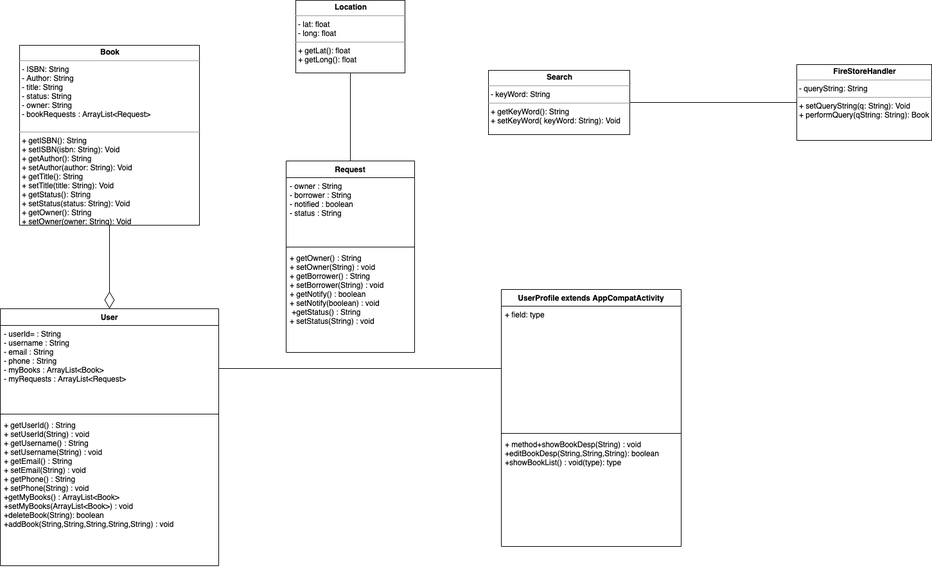
This is ObjectOrientedAnalysis/ObjectOrientedAnalysis.png from CMPUT301F20T03/OneInfiniteLoop, a draw.io export, as it was before one commit. Source tidied: cells renumbered, new cells last; positions are measured from the earlier drawing's top-left corner, leaving out a move shared by most shapes.
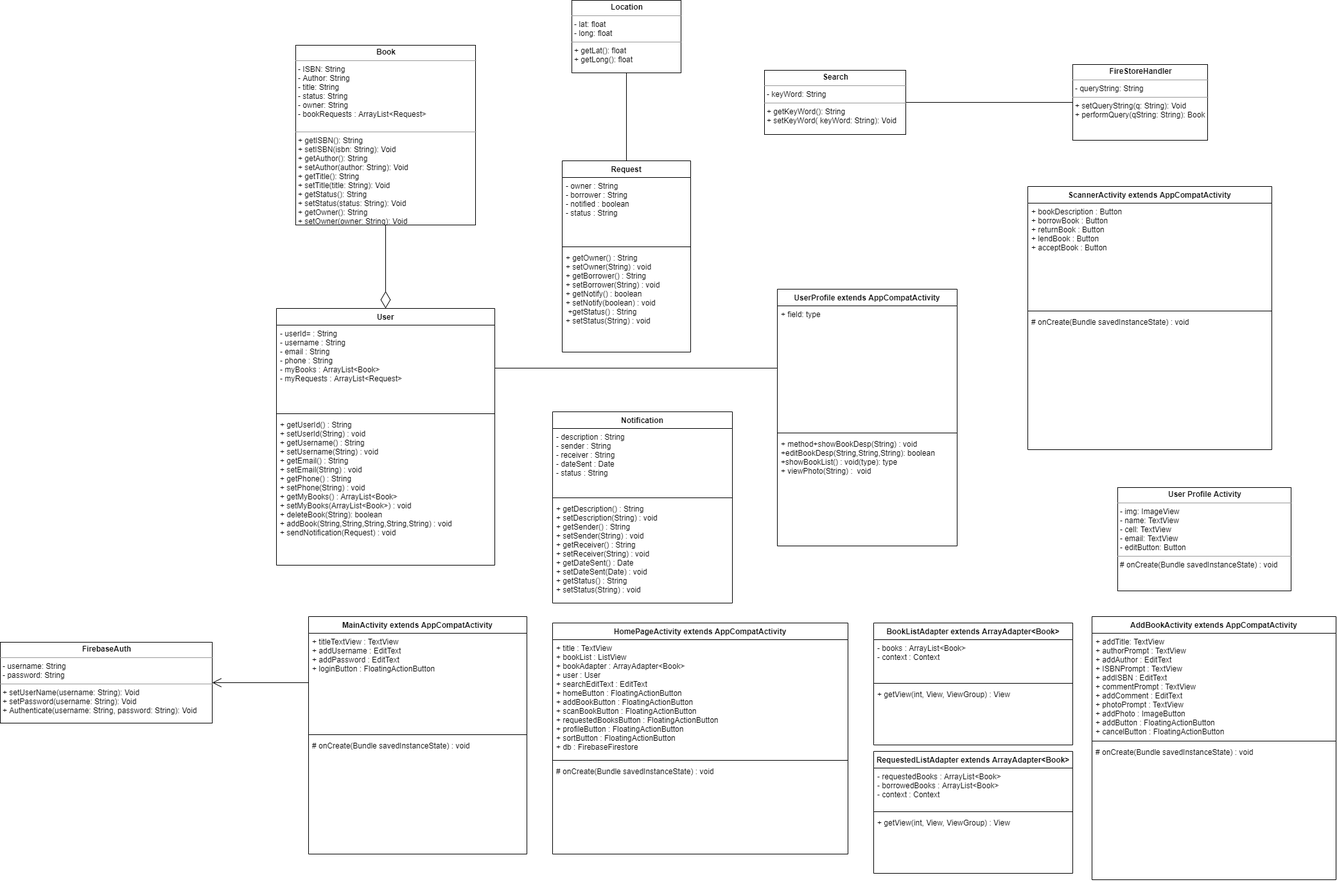
The same file after the commit.

Commit message:
Added most of the skeleton activities and some of their corresponding classes

What changed in the source:
```diff
@@ -23,7 +23,7 @@
     <mxCell id="8" style="line;strokeWidth=1;fillColor=none;align=left;verticalAlign=middle;spacingTop=-1;spacingLeft=3;spacingRight=3;labelPosition=right;" parent="6" vertex="1">
       <mxGeometry y="160" width="340" height="8" as="geometry" />
     </mxCell>
-    <mxCell id="9" value="+ getUserId() : String&#10;+ setUserId(String) : void&#10;+ getUsername() : String&#10;+ setUsername(String) : void&#10;+ getEmail() : String&#10;+ setEmail(String) : void&#10;+ getPhone() : String&#10;+ setPhone(String) : void&#10;+getMyBooks() : ArrayList&lt;Book&gt;&#10;+setMyBooks(ArrayList&lt;Book&gt;) : void&#10;+deleteBook(String): boolean&#10;+addBook(String,String,String,String,String) : void&#10;" style="text;strokeColor=none;fillColor=none;align=left;verticalAlign=top;spacingLeft=4;spacingRight=4;overflow=hidden;" parent="6" vertex="1">
+    <mxCell id="9" value="+ getUserId() : String&#10;+ setUserId(String) : void&#10;+ getUsername() : String&#10;+ setUsername(String) : void&#10;+ getEmail() : String&#10;+ setEmail(String) : void&#10;+ getPhone() : String&#10;+ setPhone(String) : void&#10;+ getMyBooks() : ArrayList&lt;Book&gt;&#10;+ setMyBooks(ArrayList&lt;Book&gt;) : void&#10;+ deleteBook(String): boolean&#10;+ addBook(String,String,String,String,String) : void&#10;+ sendNotification(Request) : void" style="text;strokeColor=none;fillColor=none;align=left;verticalAlign=top;spacingLeft=4;spacingRight=4;overflow=hidden;" parent="6" vertex="1">
       <mxGeometry y="168" width="340" height="232" as="geometry" />
     </mxCell>
     <mxCell id="10" style="endArrow=diamondThin;endFill=0;endSize=24;html=1;exitX=0.5;exitY=1;exitDx=0;exitDy=0;entryX=0.5;entryY=0;entryDx=0;entryDy=0;" parent="1" edge="1" source="3" target="6">
@@ -41,7 +41,7 @@
     <mxCell id="14" style="line;strokeWidth=1;fillColor=none;align=left;verticalAlign=middle;spacingTop=-1;spacingLeft=3;spacingRight=3;labelPosition=right;" parent="12" vertex="1">
       <mxGeometry y="220" width="280" height="8" as="geometry" />
     </mxCell>
-    <mxCell id="15" value="+ method+showBookDesp(String) : void&#10;+editBookDesp(String,String,String): boolean&#10;+showBookList() : void(type): type" style="text;strokeColor=none;fillColor=none;align=left;verticalAlign=top;spacingLeft=4;spacingRight=4;overflow=hidden;" parent="12" vertex="1">
+    <mxCell id="15" value="+ method+showBookDesp(String) : void&#10;+editBookDesp(String,String,String): boolean&#10;+showBookList() : void(type): type&#10;+ viewPhoto(String) :  void &#10;" style="text;strokeColor=none;fillColor=none;align=left;verticalAlign=top;spacingLeft=4;spacingRight=4;overflow=hidden;" parent="12" vertex="1">
       <mxGeometry y="228" width="280" height="172" as="geometry" />
     </mxCell>
     <mxCell id="16" style="endArrow=none;html=1;edgeStyle=orthogonalEdgeStyle;exitX=1;exitY=0.5;exitDx=0;exitDy=0;entryX=0;entryY=0.5;entryDx=0;entryDy=0;" parent="1" edge="1" source="4" target="5">
@@ -59,8 +59,101 @@
     <mxCell id="20" style="line;strokeWidth=1;fillColor=none;align=left;verticalAlign=middle;spacingTop=-1;spacingLeft=3;spacingRight=3;labelPosition=right;" parent="18" vertex="1">
       <mxGeometry y="130" width="200" height="8" as="geometry" />
     </mxCell>
-    <mxCell id="21" value="+ getOwner() : String&#10;+ setOwner(String) : void&#10;+ getBorrower() : String&#10;+ setBorrower(String) : void&#10;+ getNotify() : boolean&#10;+ setNotify(boolean) : void&#10; +getStatus() : String&#10;+ setStatus(String) : void" style="text;strokeColor=none;fillColor=none;align=left;verticalAlign=top;spacingLeft=4;spacingRight=4;overflow=hidden;" parent="18" vertex="1">
+    <mxCell id="21" value="+ getOwner() : String&#10;+ setOwner(String) : void&#10;+ getBorrower() : String&#10;+ setBorrower(String) : void&#10;+ getNotify() : boolean&#10;+ setNotify(boolean) : void&#10; +getStatus() : String&#10;+ setStatus(String) : void&#10;" style="text;strokeColor=none;fillColor=none;align=left;verticalAlign=top;spacingLeft=4;spacingRight=4;overflow=hidden;" parent="18" vertex="1">
       <mxGeometry y="138" width="200" height="160" as="geometry" />
     </mxCell>
+    <mxCell id="22" value="Notification" style="swimlane;fontStyle=1;align=center;verticalAlign=top;horizontal=1;startSize=26;" parent="1" vertex="1">
+      <mxGeometry x="430" y="641" width="280" height="298" as="geometry" />
+    </mxCell>
+    <mxCell id="23" value="- description : String&#10;- sender : String&#10;- receiver : String&#10;- dateSent : Date&#10;- status : String" style="text;strokeColor=none;fillColor=none;align=left;verticalAlign=top;spacingLeft=4;spacingRight=4;overflow=hidden;" parent="22" vertex="1">
+      <mxGeometry y="26" width="280" height="104" as="geometry" />
+    </mxCell>
+    <mxCell id="24" style="line;strokeWidth=1;fillColor=none;align=left;verticalAlign=middle;spacingTop=-1;spacingLeft=3;spacingRight=3;labelPosition=right;" parent="22" vertex="1">
+      <mxGeometry y="130" width="280" height="8" as="geometry" />
+    </mxCell>
+    <mxCell id="25" value="+ getDescription() : String&#10;+ setDescription(String) : void&#10;+ getSender() : String&#10;+ setSender(String) : void&#10;+ getReceiver() : String&#10;+ setReceiver(String) : void&#10;+ getDateSent() : Date&#10;+ setDateSent(Date) : void&#10;+ getStatus() : String&#10;+ setStatus(String) : void&#10;" style="text;strokeColor=none;fillColor=none;align=left;verticalAlign=top;spacingLeft=4;spacingRight=4;overflow=hidden;" parent="22" vertex="1">
+      <mxGeometry y="138" width="280" height="160" as="geometry" />
+    </mxCell>
+    <mxCell id="26" value="HomePageActivity extends AppCompatActivity" style="swimlane;fontStyle=1;align=center;verticalAlign=top;horizontal=1;startSize=26;" parent="1" vertex="1">
+      <mxGeometry x="430" y="970" width="460" height="360" as="geometry" />
+    </mxCell>
+    <mxCell id="27" value="+ title : TextView&#10;+ bookList : ListView &#10;+ bookAdapter : ArrayAdapter&lt;Book&gt;&#10;+ user : User&#10;+ searchEditText : EditText&#10;+ homeButton : FloatingActionButton&#10;+ addBookButton : FloatingActionButton&#10;+ scanBookButton : FloatingActionButton&#10;+ requestedBooksButton : FloatingActionButton&#10;+ profileButton : FloatingActionButton&#10;+ sortButton : FloatingActionButton&#10;+ db : FirebaseFirestore" style="text;strokeColor=none;fillColor=none;align=left;verticalAlign=top;spacingLeft=4;spacingRight=4;overflow=hidden;" parent="26" vertex="1">
+      <mxGeometry y="26" width="460" height="184" as="geometry" />
+    </mxCell>
+    <mxCell id="28" style="line;strokeWidth=1;fillColor=none;align=left;verticalAlign=middle;spacingTop=-1;spacingLeft=3;spacingRight=3;labelPosition=right;" parent="26" vertex="1">
+      <mxGeometry y="210" width="460" height="8" as="geometry" />
+    </mxCell>
+    <mxCell id="29" value="# onCreate(Bundle savedInstanceState) : void&#10;" style="text;strokeColor=none;fillColor=none;align=left;verticalAlign=top;spacingLeft=4;spacingRight=4;overflow=hidden;" parent="26" vertex="1">
+      <mxGeometry y="218" width="460" height="142" as="geometry" />
+    </mxCell>
+    <mxCell id="30" value="&lt;p style=&quot;margin: 0px ; margin-top: 4px ; text-align: center&quot;&gt;&lt;b&gt;FirebaseAuth&lt;/b&gt;&lt;/p&gt;&lt;hr size=&quot;1&quot;&gt;&lt;p style=&quot;margin: 0px ; margin-left: 4px&quot;&gt;- username: String&lt;/p&gt;&lt;p style=&quot;margin: 0px ; margin-left: 4px&quot;&gt;- password: String&lt;/p&gt;&lt;hr size=&quot;1&quot;&gt;&lt;p style=&quot;margin: 0px ; margin-left: 4px&quot;&gt;+ setUserName(username: String): Void&lt;/p&gt;&lt;p style=&quot;margin: 0px ; margin-left: 4px&quot;&gt;+ setPassword(username: String): Void&lt;br&gt;&lt;/p&gt;&lt;p style=&quot;margin: 0px ; margin-left: 4px&quot;&gt;+ Authenticate(username: String, password: String): Void&lt;/p&gt;" style="verticalAlign=top;align=left;overflow=fill;fontSize=12;fontFamily=Helvetica;html=1;" parent="1" vertex="1">
+      <mxGeometry x="-430" y="1000" width="330" height="126" as="geometry" />
+    </mxCell>
+    <mxCell id="31" value="BookListAdapter extends ArrayAdapter&lt;Book&gt;" style="swimlane;fontStyle=1;align=center;verticalAlign=top;horizontal=1;startSize=26;" parent="1" vertex="1">
+      <mxGeometry x="930" y="970" width="310" height="190" as="geometry" />
+    </mxCell>
+    <mxCell id="32" value="- books : ArrayList&lt;Book&gt;&#10;- context : Context&#10;" style="text;strokeColor=none;fillColor=none;align=left;verticalAlign=top;spacingLeft=4;spacingRight=4;overflow=hidden;" parent="31" vertex="1">
+      <mxGeometry y="26" width="310" height="64" as="geometry" />
+    </mxCell>
+    <mxCell id="33" style="line;strokeWidth=1;fillColor=none;align=left;verticalAlign=middle;spacingTop=-1;spacingLeft=3;spacingRight=3;labelPosition=right;" parent="31" vertex="1">
+      <mxGeometry y="90" width="310" height="8" as="geometry" />
+    </mxCell>
+    <mxCell id="34" value="+ getView(int, View, ViewGroup) : View" style="text;strokeColor=none;fillColor=none;align=left;verticalAlign=top;spacingLeft=4;spacingRight=4;overflow=hidden;" parent="31" vertex="1">
+      <mxGeometry y="98" width="310" height="92" as="geometry" />
+    </mxCell>
+    <mxCell id="35" value="MainActivity extends AppCompatActivity" style="swimlane;fontStyle=1;align=center;verticalAlign=top;horizontal=1;startSize=26;" parent="1" vertex="1">
+      <mxGeometry x="50" y="960" width="340" height="370" as="geometry" />
+    </mxCell>
+    <mxCell id="36" value="+ titleTextView : TextView &#10;+ addUsername : EditText&#10;+ addPassword : EditText&#10;+ loginButton : FloatingActionButton&#10;" style="text;strokeColor=none;fillColor=none;align=left;verticalAlign=top;spacingLeft=4;spacingRight=4;overflow=hidden;points=[[0,0.5],[1,0.5]];portConstraint=eastwest;" parent="35" vertex="1">
+      <mxGeometry y="26" width="340" height="154" as="geometry" />
+    </mxCell>
+    <mxCell id="37" style="line;strokeWidth=1;fillColor=none;align=left;verticalAlign=middle;spacingTop=-1;spacingLeft=3;spacingRight=3;labelPosition=right;" parent="35" vertex="1">
+      <mxGeometry y="180" width="340" height="8" as="geometry" />
+    </mxCell>
+    <mxCell id="38" value="# onCreate(Bundle savedInstanceState) : void&#10;" style="text;strokeColor=none;fillColor=none;align=left;verticalAlign=top;spacingLeft=4;spacingRight=4;overflow=hidden;" parent="35" vertex="1">
+      <mxGeometry y="188" width="340" height="182" as="geometry" />
+    </mxCell>
+    <mxCell id="39" value="AddBookActivity extends AppCompatActivity" style="swimlane;fontStyle=1;align=center;verticalAlign=top;horizontal=1;startSize=26;" parent="1" vertex="1">
+      <mxGeometry x="1270" y="960" width="380" height="410" as="geometry" />
+    </mxCell>
+    <mxCell id="40" value="+ addTitle: TextView &#10;+ authorPrompt : TextView&#10;+ addAuthor : EditText&#10;+ ISBNPrompt : TextView&#10;+ addISBN : EditText&#10;+ commentPrompt : TextView&#10;+ addComment : EditText&#10;+ photoPrompt : TextView&#10;+ addPhoto : ImageButton&#10;+ addButton : FloatingActionButton&#10;+ cancelButton : FloatingActionButton&#10;" style="text;strokeColor=none;fillColor=none;align=left;verticalAlign=top;spacingLeft=4;spacingRight=4;overflow=hidden;" parent="39" vertex="1">
+      <mxGeometry y="26" width="380" height="164" as="geometry" />
+    </mxCell>
+    <mxCell id="41" style="line;strokeWidth=1;fillColor=none;align=left;verticalAlign=middle;spacingTop=-1;spacingLeft=3;spacingRight=3;labelPosition=right;" parent="39" vertex="1">
+      <mxGeometry y="190" width="380" height="8" as="geometry" />
+    </mxCell>
+    <mxCell id="42" value="# onCreate(Bundle savedInstanceState) : void&#10;" style="text;strokeColor=none;fillColor=none;align=left;verticalAlign=top;spacingLeft=4;spacingRight=4;overflow=hidden;" parent="39" vertex="1">
+      <mxGeometry y="198" width="380" height="212" as="geometry" />
+    </mxCell>
+    <mxCell id="43" style="endArrow=open;endFill=1;endSize=12;html=1;exitX=0;exitY=0.5;exitDx=0;exitDy=0;entryX=1;entryY=0.5;entryDx=0;entryDy=0;" parent="1" edge="1" source="36" target="30">
+      <mxGeometry relative="1" as="geometry" />
+    </mxCell>
+    <mxCell id="44" value="&lt;p style=&quot;margin: 0px ; margin-top: 4px ; text-align: center&quot;&gt;&lt;b&gt;User Profile Activity&lt;/b&gt;&lt;/p&gt;&lt;hr size=&quot;1&quot;&gt;&lt;p style=&quot;margin: 0px ; margin-left: 4px&quot;&gt;- img: ImageView&lt;/p&gt;&lt;p style=&quot;margin: 0px ; margin-left: 4px&quot;&gt;- name: TextView&lt;/p&gt;&lt;p style=&quot;margin: 0px ; margin-left: 4px&quot;&gt;- cell: TextView&amp;nbsp;&lt;/p&gt;&lt;p style=&quot;margin: 0px ; margin-left: 4px&quot;&gt;- email: TextView&lt;/p&gt;&lt;p style=&quot;margin: 0px ; margin-left: 4px&quot;&gt;- editButton: Button&lt;/p&gt;&lt;hr size=&quot;1&quot;&gt;&lt;p style=&quot;margin: 0px ; margin-left: 4px&quot;&gt;#&amp;nbsp;onCreate(Bundle savedInstanceState) : void&lt;/p&gt;&lt;div style=&quot;padding: 0px ; margin: 0px&quot;&gt;&lt;br style=&quot;padding: 0px ; margin: 0px&quot;&gt;&lt;/div&gt;&lt;p style=&quot;margin: 0px ; margin-left: 4px&quot;&gt;&lt;br&gt;&lt;/p&gt;" style="verticalAlign=top;align=left;overflow=fill;fontSize=12;fontFamily=Helvetica;html=1;" parent="1" vertex="1">
+      <mxGeometry x="1310" y="759" width="270" height="161" as="geometry" />
+    </mxCell>
+    <mxCell id="45" value="ScannerActivity extends AppCompatActivity" style="swimlane;fontStyle=1;align=center;verticalAlign=top;horizontal=1;startSize=26;" parent="1" vertex="1">
+      <mxGeometry x="1170" y="290" width="380" height="410" as="geometry" />
+    </mxCell>
+    <mxCell id="46" value="+ bookDescription : Button&#10;+ borrowBook : Button&#10;+ returnBook : Button&#10;+ lendBook : Button&#10;+ acceptBook : Button" style="text;strokeColor=none;fillColor=none;align=left;verticalAlign=top;spacingLeft=4;spacingRight=4;overflow=hidden;" parent="45" vertex="1">
+      <mxGeometry y="26" width="380" height="164" as="geometry" />
+    </mxCell>
+    <mxCell id="47" style="line;strokeWidth=1;fillColor=none;align=left;verticalAlign=middle;spacingTop=-1;spacingLeft=3;spacingRight=3;labelPosition=right;" parent="45" vertex="1">
+      <mxGeometry y="190" width="380" height="8" as="geometry" />
+    </mxCell>
+    <mxCell id="48" value="# onCreate(Bundle savedInstanceState) : void&#10;" style="text;strokeColor=none;fillColor=none;align=left;verticalAlign=top;spacingLeft=4;spacingRight=4;overflow=hidden;" parent="45" vertex="1">
+      <mxGeometry y="198" width="380" height="212" as="geometry" />
+    </mxCell>
+    <mxCell id="49" value="RequestedListAdapter extends ArrayAdapter&lt;Book&gt;" style="swimlane;fontStyle=1;align=center;verticalAlign=top;horizontal=1;startSize=26;" parent="1" vertex="1">
+      <mxGeometry x="930" y="1170" width="310" height="190" as="geometry" />
+    </mxCell>
+    <mxCell id="50" value="- requestedBooks : ArrayList&lt;Book&gt;&#10;- borrowedBooks : ArrayList&lt;Book&gt;&#10;- context : Context&#10;" style="text;strokeColor=none;fillColor=none;align=left;verticalAlign=top;spacingLeft=4;spacingRight=4;overflow=hidden;" parent="49" vertex="1">
+      <mxGeometry y="26" width="310" height="64" as="geometry" />
+    </mxCell>
+    <mxCell id="51" style="line;strokeWidth=1;fillColor=none;align=left;verticalAlign=middle;spacingTop=-1;spacingLeft=3;spacingRight=3;labelPosition=right;" parent="49" vertex="1">
+      <mxGeometry y="90" width="310" height="8" as="geometry" />
+    </mxCell>
+    <mxCell id="52" value="+ getView(int, View, ViewGroup) : View" style="text;strokeColor=none;fillColor=none;align=left;verticalAlign=top;spacingLeft=4;spacingRight=4;overflow=hidden;" parent="49" vertex="1">
+      <mxGeometry y="98" width="310" height="92" as="geometry" />
+    </mxCell>
   </root>
 </mxGraphModel>
```
